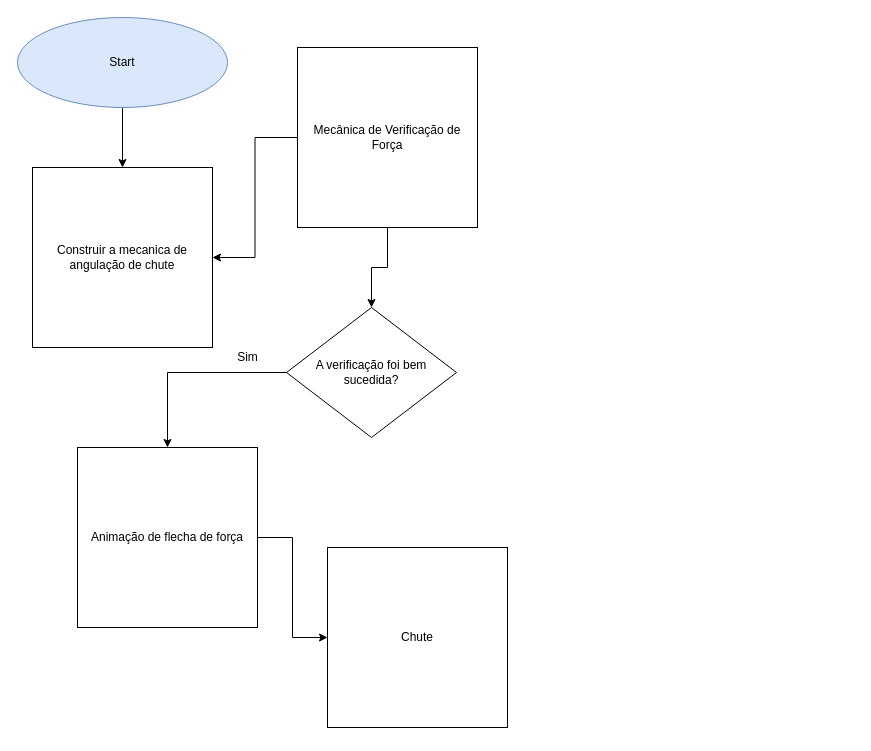
This is Untitled Diagram.drawio from RodrigoAguiarS/modulogit, a draw.io file, before an edit. Source tidied: cells renumbered, new cells numbered last; positions are measured from the earlier drawing's top-left corner, leaving out a move shared by most shapes. Both pictures are drawn from the tidied source at 100%, with x=0, y=0 at pixel (17, 17).
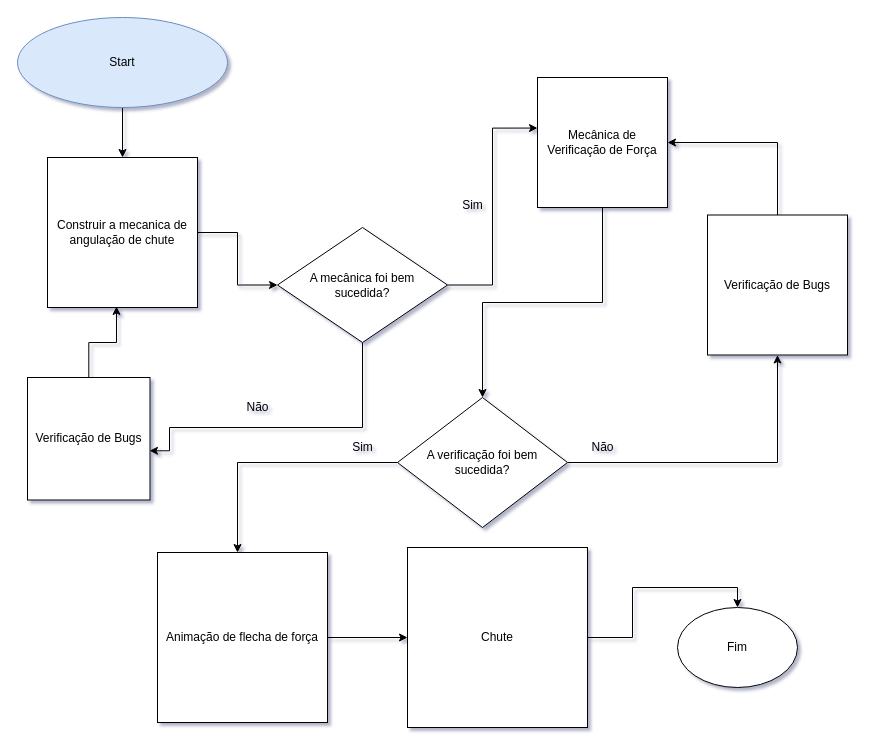
The same diagram, later.

Change to the diagram source:
```diff
@@
-<mxGraphModel>
+<mxGraphModel background="#ffffff" shadow="1">
@@
+    <mxCell id="14" style="edgeStyle=orthogonalEdgeStyle;rounded=0;jettySize=auto;html=1;exitX=1;exitY=0.5;exitDx=0;exitDy=0;entryX=0;entryY=0.5;entryDx=0;entryDy=0;fontColor=#000000;" parent="1" edge="1" source="4" target="23">
+      <mxGeometry relative="1" as="geometry" />
+    </mxCell>
     <mxCell id="4" value="&lt;font color=&quot;#000000&quot;&gt;Construir a mecanica de angulação de chute&lt;/font&gt;" style="whiteSpace=wrap;html=1;fontColor=#66B2FF;" parent="1" vertex="1">
-      <mxGeometry x="15" y="150" width="180" height="180" as="geometry" />
+      <mxGeometry x="30" y="140" width="150" height="150" as="geometry" />
     </mxCell>
+    <mxCell id="15" style="edgeStyle=orthogonalEdgeStyle;rounded=0;jettySize=auto;html=1;exitX=1;exitY=0.5;exitDx=0;exitDy=0;entryX=0.5;entryY=0;entryDx=0;entryDy=0;fontColor=#000000;" parent="1" edge="1" source="5" target="20">
+      <mxGeometry relative="1" as="geometry" />
+    </mxCell>
     <mxCell id="5" value="Chute" style="whiteSpace=wrap;html=1;fontColor=#000000;" parent="1" vertex="1">
-      <mxGeometry x="310" y="530" width="180" height="180" as="geometry" />
+      <mxGeometry x="390" y="530" width="180" height="180" as="geometry" />
     </mxCell>
-    <mxCell id="6" style="edgeStyle=orthogonalEdgeStyle;rounded=0;jettySize=auto;html=1;entryX=1;entryY=0.5;entryDx=0;entryDy=0;fontColor=#000000;" parent="1" edge="1" source="8" target="4">
-      <mxGeometry relative="1" as="geometry" />
-    </mxCell>
@@
     <mxCell id="8" value="Mecânica de Verificação de Força" style="whiteSpace=wrap;html=1;fontColor=#000000;" parent="1" vertex="1">
-      <mxGeometry x="280" y="30" width="180" height="180" as="geometry" />
+      <mxGeometry x="520" y="60" width="130" height="130" as="geometry" />
     </mxCell>
@@
     <mxCell id="10" value="Animação de flecha de força" style="whiteSpace=wrap;html=1;fontColor=#000000;" parent="1" vertex="1">
-      <mxGeometry x="60" y="430" width="180" height="180" as="geometry" />
+      <mxGeometry x="140" y="535" width="170" height="170" as="geometry" />
     </mxCell>
     <mxCell id="11" style="edgeStyle=orthogonalEdgeStyle;rounded=0;jettySize=auto;html=1;fontColor=#000000;" parent="1" edge="1" source="12" target="10">
-      <mxGeometry relative="1" as="geometry" />
+      <mxGeometry relative="1" as="geometry">
+        <Array as="points">
+          <mxPoint x="220" y="445" />
+        </Array>
+      </mxGeometry>
     </mxCell>
+    <mxCell id="16" style="edgeStyle=orthogonalEdgeStyle;rounded=0;jettySize=auto;html=1;exitX=1;exitY=0.5;exitDx=0;exitDy=0;fontColor=#000000;" parent="1" edge="1" source="12" target="18">
+      <mxGeometry relative="1" as="geometry" />
+    </mxCell>
     <mxCell id="12" value="A verificação foi bem sucedida?" style="rhombus;whiteSpace=wrap;html=1;fontColor=#000000;" parent="1" vertex="1">
-      <mxGeometry x="269" y="290" width="170" height="130" as="geometry" />
+      <mxGeometry x="380" y="380" width="170" height="130" as="geometry" />
     </mxCell>
     <mxCell id="13" value="Sim" style="text;html=1;align=center;verticalAlign=middle;strokeColor=none;fillColor=none;fontColor=#000000;" parent="1" vertex="1">
-      <mxGeometry x="210" y="330" width="40" height="20" as="geometry" />
+      <mxGeometry x="325" y="420" width="40" height="20" as="geometry" />
     </mxCell>
+    <mxCell id="17" style="edgeStyle=orthogonalEdgeStyle;rounded=0;jettySize=auto;html=1;exitX=0.5;exitY=0;exitDx=0;exitDy=0;entryX=1;entryY=0.5;entryDx=0;entryDy=0;fontColor=#000000;" parent="1" edge="1" source="18" target="8">
+      <mxGeometry relative="1" as="geometry" />
+    </mxCell>
+    <mxCell id="18" value="Verificação de Bugs" style="whiteSpace=wrap;html=1;fontColor=#000000;" parent="1" vertex="1">
+      <mxGeometry x="690" y="197.5" width="140" height="140" as="geometry" />
+    </mxCell>
+    <mxCell id="19" value="Não" style="text;html=1;align=center;verticalAlign=middle;strokeColor=none;fillColor=none;fontColor=#000000;" parent="1" vertex="1">
+      <mxGeometry x="565" y="420" width="40" height="20" as="geometry" />
+    </mxCell>
+    <mxCell id="20" value="Fim" style="ellipse;whiteSpace=wrap;html=1;fontColor=#000000;" parent="1" vertex="1">
+      <mxGeometry x="660" y="590" width="120" height="80" as="geometry" />
+    </mxCell>
+    <mxCell id="21" style="edgeStyle=orthogonalEdgeStyle;rounded=0;jettySize=auto;html=1;entryX=0;entryY=0.389;entryDx=0;entryDy=0;entryPerimeter=0;fontColor=#000000;" parent="1" edge="1" source="23" target="8">
+      <mxGeometry relative="1" as="geometry" />
+    </mxCell>
+    <mxCell id="22" style="edgeStyle=orthogonalEdgeStyle;rounded=0;jettySize=auto;html=1;exitX=0.5;exitY=1;exitDx=0;exitDy=0;entryX=0.996;entryY=0.598;entryDx=0;entryDy=0;entryPerimeter=0;fontColor=#000000;" parent="1" edge="1" source="23" target="25">
+      <mxGeometry relative="1" as="geometry">
+        <Array as="points">
+          <mxPoint x="345" y="410" />
+          <mxPoint x="152" y="410" />
+        </Array>
+      </mxGeometry>
+    </mxCell>
+    <mxCell id="23" value="A mecânica foi bem &lt;br&gt;sucedida?" style="rhombus;whiteSpace=wrap;html=1;fontColor=#000000;" parent="1" vertex="1">
+      <mxGeometry x="260" y="210" width="170" height="115" as="geometry" />
+    </mxCell>
+    <mxCell id="24" style="edgeStyle=orthogonalEdgeStyle;rounded=0;jettySize=auto;html=1;entryX=0.46;entryY=0.993;entryDx=0;entryDy=0;entryPerimeter=0;fontColor=#000000;" parent="1" edge="1" source="25" target="4">
+      <mxGeometry relative="1" as="geometry" />
+    </mxCell>
+    <mxCell id="25" value="Verificação de Bugs" style="whiteSpace=wrap;html=1;fontColor=#000000;" parent="1" vertex="1">
+      <mxGeometry x="10" y="360" width="122.5" height="122.5" as="geometry" />
+    </mxCell>
+    <mxCell id="26" value="Sim" style="text;html=1;align=center;verticalAlign=middle;strokeColor=none;fillColor=none;fontColor=#000000;" parent="1" vertex="1">
+      <mxGeometry x="435" y="177.5" width="40" height="20" as="geometry" />
+    </mxCell>
+    <mxCell id="27" value="Não" style="text;html=1;align=center;verticalAlign=middle;strokeColor=none;fillColor=none;fontColor=#000000;" parent="1" vertex="1">
+      <mxGeometry x="220" y="380" width="40" height="20" as="geometry" />
+    </mxCell>
```
